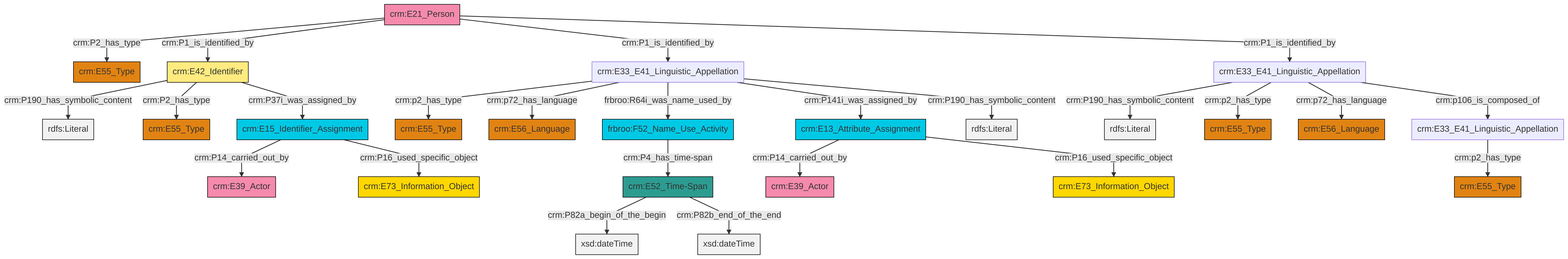
Above: et/personCSV/ttl/mmd/png/Person_Names_and_Classification.png in swiss-art-research-net/docs.swissartresearch (Mermaid), before the change. Its source is kept beside it as et/personCSV/ttl/mmd/Person_Names_and_Classification.ttl.mmd.
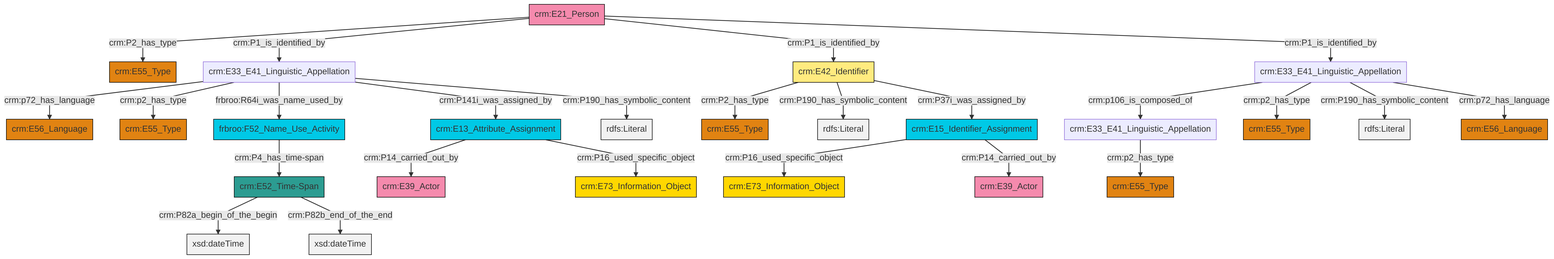
Later version of the same file.

Change to the diagram source:
```diff
@@ -13,27 +13,27 @@
 classDef PC_Classes fill:#4ce600, stroke:#000000;
 classDef Multi fill:#cccccc,stroke:#000000;
 
-2["crm:E42_Identifier"]:::Appellation -->|crm:P190_has_symbolic_content| 3[rdfs:Literal]:::Literal
-8["crm:E52_Time-Span"]:::Time-Span -->|crm:P82a_begin_of_the_begin| 9[xsd:dateTime]:::Literal
-12["crm:E33_E41_Linguistic_Appellation"]:::Default -->|crm:p2_has_type| 13["crm:E55_Type"]:::Type
-0["crm:E15_Identifier_Assignment"]:::Temporal_Entity -->|crm:P14_carried_out_by| 14["crm:E39_Actor"]:::Actor
-0["crm:E15_Identifier_Assignment"]:::Temporal_Entity -->|crm:P16_used_specific_object| 15["crm:E73_Information_Object"]:::Conceptual_Object
-21["crm:E13_Attribute_Assignment"]:::Temporal_Entity -->|crm:P14_carried_out_by| 22["crm:E39_Actor"]:::Actor
-10["crm:E33_E41_Linguistic_Appellation"]:::Default -->|crm:P190_has_symbolic_content| 23[rdfs:Literal]:::Literal
-24["crm:E21_Person"]:::Actor -->|crm:P2_has_type| 25["crm:E55_Type"]:::Type
-10["crm:E33_E41_Linguistic_Appellation"]:::Default -->|crm:p2_has_type| 19["crm:E55_Type"]:::Type
-2["crm:E42_Identifier"]:::Appellation -->|crm:P2_has_type| 29["crm:E55_Type"]:::Type
-12["crm:E33_E41_Linguistic_Appellation"]:::Default -->|crm:p72_has_language| 4["crm:E56_Language"]:::Type
-21["crm:E13_Attribute_Assignment"]:::Temporal_Entity -->|crm:P16_used_specific_object| 30["crm:E73_Information_Object"]:::Conceptual_Object
-12["crm:E33_E41_Linguistic_Appellation"]:::Default -->|frbroo:R64i_was_name_used_by| 27["frbroo:F52_Name_Use_Activity"]:::Temporal_Entity
-27["frbroo:F52_Name_Use_Activity"]:::Temporal_Entity -->|crm:P4_has_time-span| 8["crm:E52_Time-Span"]:::Time-Span
-6["crm:E33_E41_Linguistic_Appellation"]:::Default -->|crm:p2_has_type| 36["crm:E55_Type"]:::Type
-10["crm:E33_E41_Linguistic_Appellation"]:::Default -->|crm:p72_has_language| 16["crm:E56_Language"]:::Type
-2["crm:E42_Identifier"]:::Appellation -->|crm:P37i_was_assigned_by| 0["crm:E15_Identifier_Assignment"]:::Temporal_Entity
-24["crm:E21_Person"]:::Actor -->|crm:P1_is_identified_by| 2["crm:E42_Identifier"]:::Appellation
-8["crm:E52_Time-Span"]:::Time-Span -->|crm:P82b_end_of_the_end| 39[xsd:dateTime]:::Literal
-12["crm:E33_E41_Linguistic_Appellation"]:::Default -->|crm:P141i_was_assigned_by| 21["crm:E13_Attribute_Assignment"]:::Temporal_Entity
-10["crm:E33_E41_Linguistic_Appellation"]:::Default -->|crm:p106_is_composed_of| 6["crm:E33_E41_Linguistic_Appellation"]:::Default
-24["crm:E21_Person"]:::Actor -->|crm:P1_is_identified_by| 12["crm:E33_E41_Linguistic_Appellation"]:::Default
-12["crm:E33_E41_Linguistic_Appellation"]:::Default -->|crm:P190_has_symbolic_content| 45[rdfs:Literal]:::Literal
-24["crm:E21_Person"]:::Actor -->|crm:P1_is_identified_by| 10["crm:E33_E41_Linguistic_Appellation"]:::Default
+6["crm:E42_Identifier"]:::Appellation -->|crm:P2_has_type| 7["crm:E55_Type"]:::Type
+10["crm:E33_E41_Linguistic_Appellation"]:::Default -->|crm:p2_has_type| 11["crm:E55_Type"]:::Type
+6["crm:E42_Identifier"]:::Appellation -->|crm:P190_has_symbolic_content| 14[rdfs:Literal]:::Literal
+12["crm:E33_E41_Linguistic_Appellation"]:::Default -->|crm:p72_has_language| 0["crm:E56_Language"]:::Type
+15["crm:E21_Person"]:::Actor -->|crm:P2_has_type| 16["crm:E55_Type"]:::Type
+20["crm:E13_Attribute_Assignment"]:::Temporal_Entity -->|crm:P14_carried_out_by| 21["crm:E39_Actor"]:::Actor
+15["crm:E21_Person"]:::Actor -->|crm:P1_is_identified_by| 12["crm:E33_E41_Linguistic_Appellation"]:::Default
+12["crm:E33_E41_Linguistic_Appellation"]:::Default -->|crm:p2_has_type| 22["crm:E55_Type"]:::Type
+23["crm:E33_E41_Linguistic_Appellation"]:::Default -->|crm:p106_is_composed_of| 10["crm:E33_E41_Linguistic_Appellation"]:::Default
+20["crm:E13_Attribute_Assignment"]:::Temporal_Entity -->|crm:P16_used_specific_object| 18["crm:E73_Information_Object"]:::Conceptual_Object
+12["crm:E33_E41_Linguistic_Appellation"]:::Default -->|frbroo:R64i_was_name_used_by| 26["frbroo:F52_Name_Use_Activity"]:::Temporal_Entity
+15["crm:E21_Person"]:::Actor -->|crm:P1_is_identified_by| 6["crm:E42_Identifier"]:::Appellation
+29["crm:E15_Identifier_Assignment"]:::Temporal_Entity -->|crm:P16_used_specific_object| 30["crm:E73_Information_Object"]:::Conceptual_Object
+6["crm:E42_Identifier"]:::Appellation -->|crm:P37i_was_assigned_by| 29["crm:E15_Identifier_Assignment"]:::Temporal_Entity
+23["crm:E33_E41_Linguistic_Appellation"]:::Default -->|crm:p2_has_type| 4["crm:E55_Type"]:::Type
+12["crm:E33_E41_Linguistic_Appellation"]:::Default -->|crm:P141i_was_assigned_by| 20["crm:E13_Attribute_Assignment"]:::Temporal_Entity
+26["frbroo:F52_Name_Use_Activity"]:::Temporal_Entity -->|crm:P4_has_time-span| 2["crm:E52_Time-Span"]:::Time-Span
+15["crm:E21_Person"]:::Actor -->|crm:P1_is_identified_by| 23["crm:E33_E41_Linguistic_Appellation"]:::Default
+2["crm:E52_Time-Span"]:::Time-Span -->|crm:P82a_begin_of_the_begin| 43[xsd:dateTime]:::Literal
+12["crm:E33_E41_Linguistic_Appellation"]:::Default -->|crm:P190_has_symbolic_content| 44[rdfs:Literal]:::Literal
+2["crm:E52_Time-Span"]:::Time-Span -->|crm:P82b_end_of_the_end| 45[xsd:dateTime]:::Literal
+23["crm:E33_E41_Linguistic_Appellation"]:::Default -->|crm:P190_has_symbolic_content| 46[rdfs:Literal]:::Literal
+23["crm:E33_E41_Linguistic_Appellation"]:::Default -->|crm:p72_has_language| 8["crm:E56_Language"]:::Type
+29["crm:E15_Identifier_Assignment"]:::Temporal_Entity -->|crm:P14_carried_out_by| 34["crm:E39_Actor"]:::Actor
```
